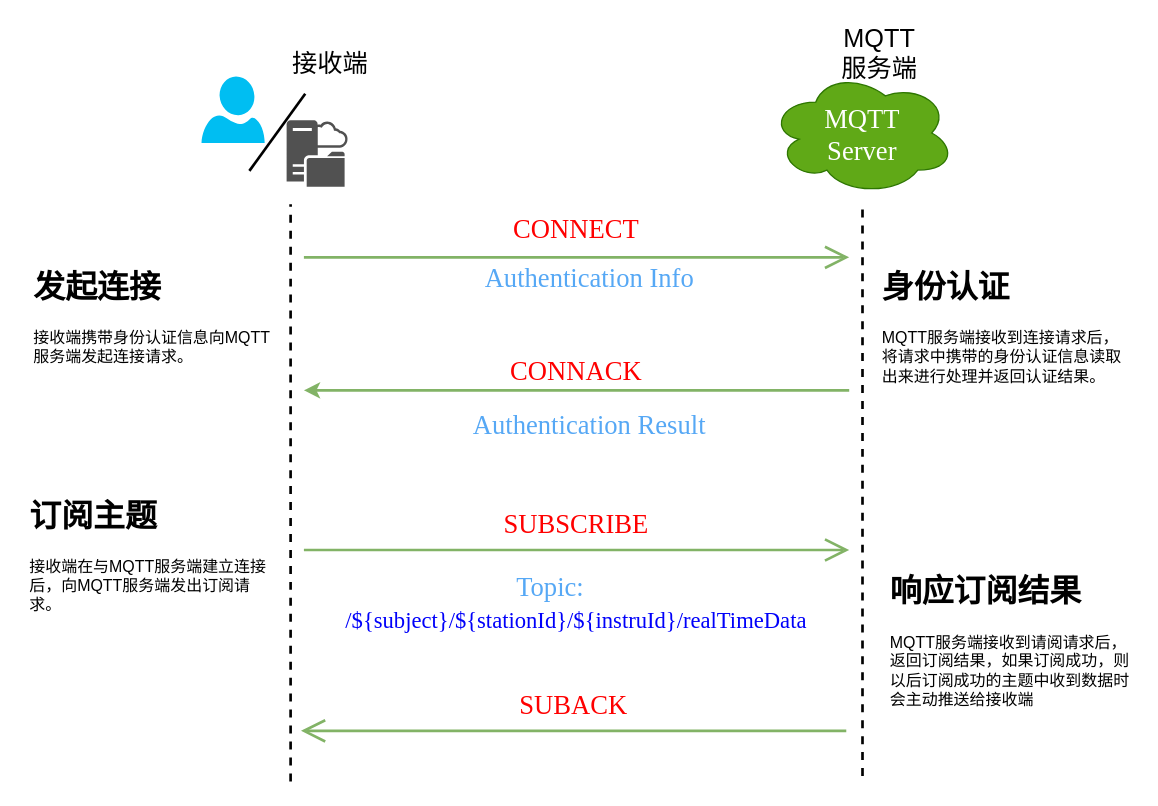
This is page "第 2 页" (2 of 7) of drawio/mqtt-auth.drawio from raingnight/Blog_Pic, a draw.io file, before an edit. Source tidied: cells renumbered, new cells numbered last; positions are measured from the earlier drawing's top-left corner, leaving out a move shared by most shapes. Both pictures are drawn from the tidied source at 133%, with x=0, y=0 at pixel (23, 33).
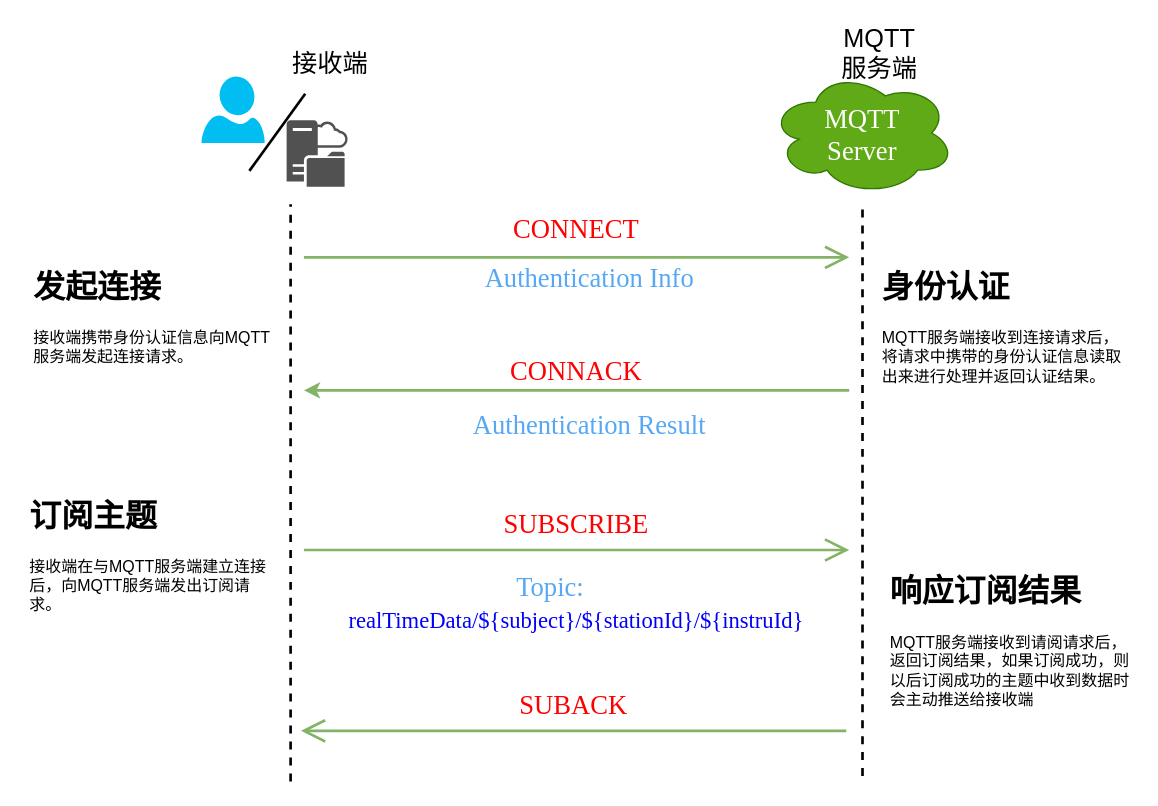
Above is the later version.

The edit, as a diff of the source:
```diff
@@
-    <mxCell id="19" value="&lt;p class=&quot;MsoNormal&quot;&gt;&lt;font style=&quot;font-size: 17px;&quot; face=&quot;Times New Roman&quot;&gt;/${subject}/${stationId}/${instruId}/realTimeData&lt;/font&gt;&lt;/p&gt;" style="text;html=1;strokeColor=none;fillColor=none;align=center;verticalAlign=middle;whiteSpace=wrap;rounded=0;fontSize=20;fontColor=#0000fa;" parent="1" vertex="1">
+    <mxCell id="19" value="&lt;font style=&quot;font-size: 17px;&quot; face=&quot;Times New Roman&quot;&gt;realTimeData&lt;span style=&quot;background-color: initial;&quot;&gt;/${subject}/${stationId}/${instruId}&lt;/span&gt;&lt;/font&gt;" style="text;html=1;strokeColor=none;fillColor=none;align=center;verticalAlign=middle;whiteSpace=wrap;rounded=0;fontSize=20;fontColor=#0000fa;" parent="1" vertex="1">
       <mxGeometry x="214.2" y="425" width="403.5" height="30" as="geometry" />
     </mxCell>
```
